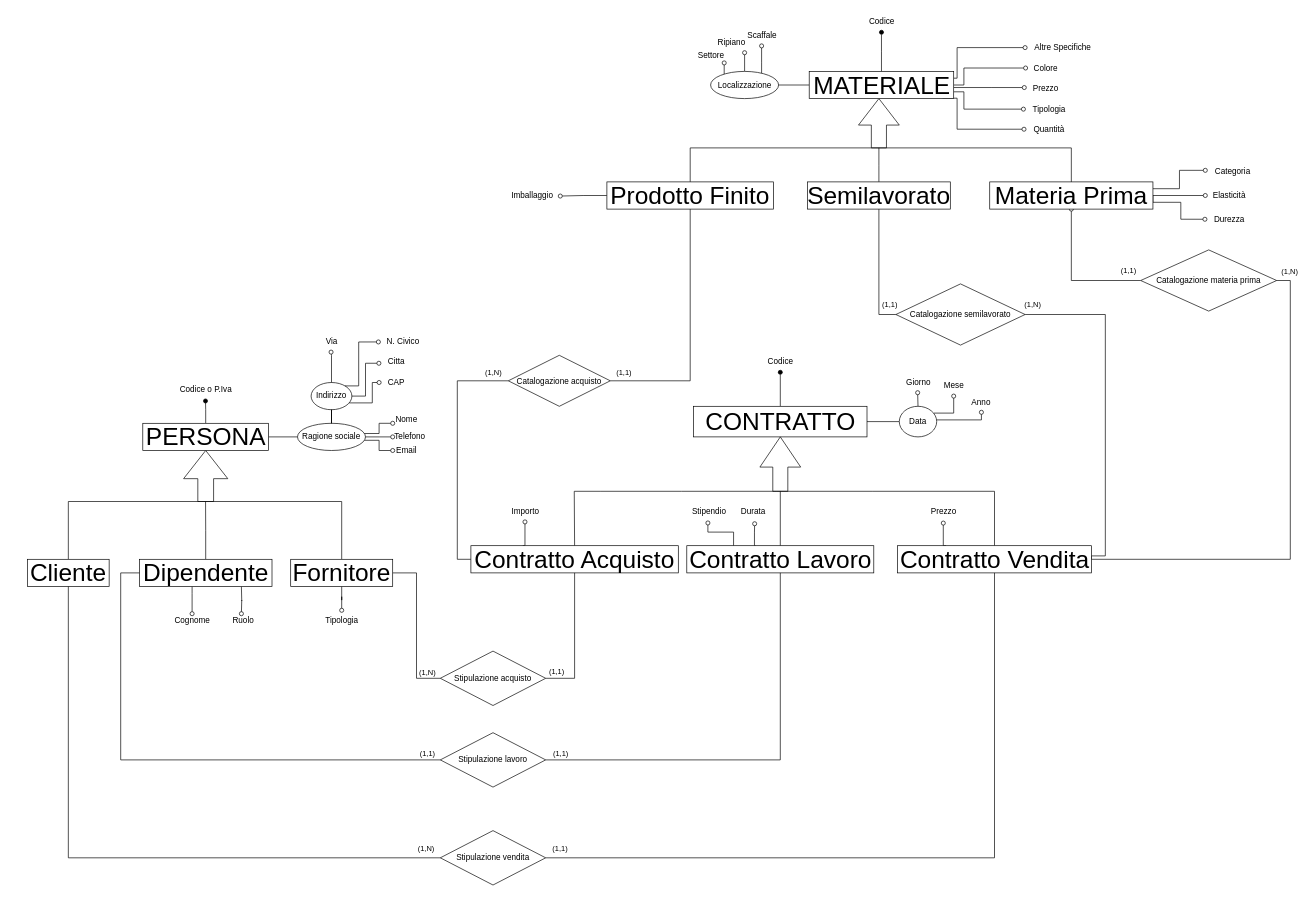
The draw.io diagram 2)Progettazione concettuale/SCHELETRI .DRAWIO/MODELLO ER COMPLETO.drawio in mikecostanzi/ProgettoBasiDati, before the edit. Source tidied: cells renumbered, new cells numbered last; positions are measured from the earlier drawing's top-left corner, leaving out a move shared by most shapes. Both pictures are drawn from the tidied source at 68%, with x=0, y=0 at pixel (27, 12).
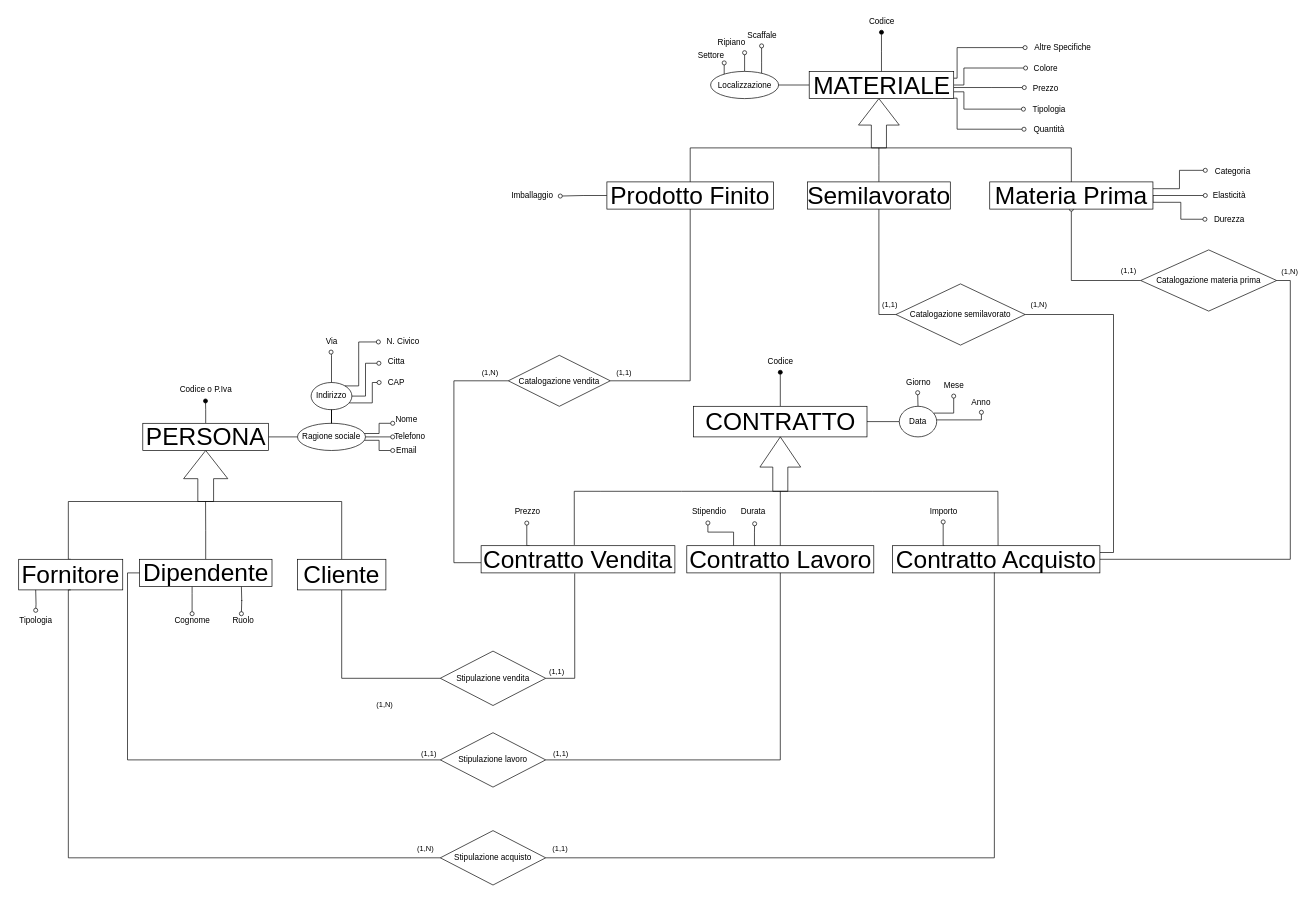
The same diagram, later.

Commit message (it also covers changes not shown here):
Corretto lo schema ER

The change refers to these unchanged cells:
```xml
<mxCell id="11" value="Dipendente" style="whiteSpace=wrap;html=1;align=center;fontSize=36;" parent="1" vertex="1">
  <mxGeometry x="164.5" y="805" width="195" height="40" as="geometry" />
</mxCell>
<mxCell id="75" value="Stipulazione lavoro" style="shape=rhombus;perimeter=rhombusPerimeter;whiteSpace=wrap;html=1;align=center;" parent="1" vertex="1">
  <mxGeometry x="607" y="1060" width="155" height="80" as="geometry" />
</mxCell>
<mxCell id="88" value="Catalogazione semilavorato" style="shape=rhombus;perimeter=rhombusPerimeter;whiteSpace=wrap;html=1;align=center;" parent="1" vertex="1">
  <mxGeometry x="1277" y="400" width="190" height="90" as="geometry" />
</mxCell>
<mxCell id="91" value="Catalogazione materia prima" style="shape=rhombus;perimeter=rhombusPerimeter;whiteSpace=wrap;html=1;align=center;" parent="1" vertex="1">
  <mxGeometry x="1637" y="350" width="200" height="90" as="geometry" />
</mxCell>
```

What changed in the source:
```diff
@@
-    <mxCell id="7" value="Cliente" style="whiteSpace=wrap;html=1;align=center;fontSize=36;" parent="1" vertex="1">
-      <mxGeometry y="805" width="120" height="40" as="geometry" />
+    <mxCell id="7" value="Fornitore" style="whiteSpace=wrap;html=1;align=center;fontSize=36;" parent="1" vertex="1">
+      <mxGeometry x="-13" y="805" width="153" height="45" as="geometry" />
     </mxCell>
@@
-    <mxCell id="12" style="edgeStyle=orthogonalEdgeStyle;rounded=0;jettySize=auto;html=1;endArrow=oval;endFill=0;" parent="1" edge="1" source="15" target="34">
-      <mxGeometry relative="1" as="geometry" />
+    <mxCell id="12" style="edgeStyle=orthogonalEdgeStyle;rounded=0;jettySize=auto;html=1;endArrow=oval;endFill=0;" parent="1" edge="1" target="34">
+      <mxGeometry relative="1" as="geometry">
+        <mxPoint x="12" y="850" as="sourcePoint" />
+      </mxGeometry>
     </mxCell>
-    <mxCell id="13" style="edgeStyle=orthogonalEdgeStyle;rounded=0;jettySize=auto;html=1;exitX=1;exitY=0.5;exitDx=0;exitDy=0;entryX=0;entryY=0.5;entryDx=0;entryDy=0;endArrow=none;endFill=0;" parent="1" edge="1" source="15" target="72">
-      <mxGeometry relative="1" as="geometry" />
+    <mxCell id="13" style="edgeStyle=orthogonalEdgeStyle;rounded=0;jettySize=auto;html=1;exitX=0.5;exitY=1;exitDx=0;exitDy=0;entryX=0;entryY=0.5;entryDx=0;entryDy=0;endArrow=none;endFill=0;" parent="1" edge="1" source="15" target="72">
+      <mxGeometry relative="1" as="geometry">
+        <Array as="points">
+          <mxPoint x="462" y="980" />
+        </Array>
+      </mxGeometry>
     </mxCell>
@@
-    <mxCell id="15" value="Fornitore" style="whiteSpace=wrap;html=1;align=center;fontSize=36;" parent="1" vertex="1">
-      <mxGeometry x="387" y="805" width="150" height="40" as="geometry" />
+    <mxCell id="15" value="Cliente" style="whiteSpace=wrap;html=1;align=center;fontSize=36;" parent="1" vertex="1">
+      <mxGeometry x="397" y="805" width="130" height="45" as="geometry" />
     </mxCell>
@@
     <mxCell id="34" value="Tipologia" style="text;html=1;align=center;verticalAlign=middle;points=[];strokeColor=none;fillColor=none;" parent="1" vertex="1">
-      <mxGeometry x="427" y="880" width="70" height="30" as="geometry" />
+      <mxGeometry x="-23" y="880" width="70" height="30" as="geometry" />
     </mxCell>
@@
-    <mxCell id="42" style="endArrow=none;html=1;rounded=0;fontSize=36;exitX=0.5;exitY=0;exitDx=0;exitDy=0;" parent="1" edge="1" source="48">
+    <mxCell id="42" style="endArrow=none;html=1;rounded=0;fontSize=36;exitX=0.481;exitY=-0.028;exitDx=0;exitDy=0;exitPerimeter=0;" parent="1" edge="1" source="54">
       <mxGeometry relative="1" as="geometry">
         <mxPoint x="962" y="705" as="targetPoint" />
         <Array as="points">
           <mxPoint x="804" y="705" />
           <mxPoint x="842" y="705" />
         </Array>
       </mxGeometry>
     </mxCell>
@@
-    <mxCell id="44" style="endArrow=none;html=1;rounded=0;fontSize=36;exitX=0.5;exitY=0;exitDx=0;exitDy=0;" parent="1" edge="1" source="54">
+    <mxCell id="44" style="endArrow=none;html=1;rounded=0;fontSize=36;exitX=0.509;exitY=-0.005;exitDx=0;exitDy=0;exitPerimeter=0;" parent="1" edge="1" source="48">
       <mxGeometry relative="1" as="geometry">
         <mxPoint x="1242" y="705" as="targetPoint" />
         <Array as="points">
-          <mxPoint x="1422" y="705" />
+          <mxPoint x="1427" y="705" />
         </Array>
       </mxGeometry>
     </mxCell>
@@
-    <mxCell id="46" style="edgeStyle=orthogonalEdgeStyle;rounded=0;jettySize=auto;html=1;entryX=0;entryY=0.5;entryDx=0;entryDy=0;endArrow=none;endFill=0;exitX=0;exitY=0.5;exitDx=0;exitDy=0;" parent="1" edge="1" source="48" target="85">
-      <mxGeometry relative="1" as="geometry" />
+    <mxCell id="46" style="edgeStyle=orthogonalEdgeStyle;rounded=0;jettySize=auto;html=1;entryX=0;entryY=0.5;entryDx=0;entryDy=0;endArrow=none;endFill=0;" parent="1" edge="1" source="54" target="85">
+      <mxGeometry relative="1" as="geometry">
+        <Array as="points">
+          <mxPoint x="627" y="810" />
+          <mxPoint x="627" y="543" />
+        </Array>
+      </mxGeometry>
     </mxCell>
@@
+    <mxCell id="127" style="edgeStyle=orthogonalEdgeStyle;rounded=0;jettySize=auto;html=1;exitX=1;exitY=0.25;exitDx=0;exitDy=0;entryX=1;entryY=0.5;entryDx=0;entryDy=0;endArrow=none;endFill=0;" parent="1" edge="1" source="48" target="88">
+      <mxGeometry relative="1" as="geometry" />
+    </mxCell>
+    <mxCell id="51" value="(1,N)" style="edgeLabel;html=1;align=center;verticalAlign=middle;" parent="127" vertex="1">
+      <mxGeometry x="0.86" y="-2" relative="1" as="geometry">
+        <mxPoint x="-16" y="-13" as="offset" />
+      </mxGeometry>
+    </mxCell>
     <mxCell id="48" value="Contratto Acquisto" style="whiteSpace=wrap;html=1;align=center;fontSize=36;" parent="1" vertex="1">
-      <mxGeometry x="652" y="785" width="305" height="40" as="geometry" />
+      <mxGeometry x="1272" y="785" width="305" height="40" as="geometry" />
     </mxCell>
@@
-    <mxCell id="50" style="edgeStyle=orthogonalEdgeStyle;rounded=0;jettySize=auto;html=1;entryX=1;entryY=0.5;entryDx=0;entryDy=0;endArrow=none;endFill=0;exitX=1;exitY=0.5;exitDx=0;exitDy=0;" parent="1" edge="1" source="54" target="88">
-      <mxGeometry relative="1" as="geometry">
-        <Array as="points">
-          <mxPoint x="1565" y="800" />
-          <mxPoint x="1585" y="800" />
-          <mxPoint x="1585" y="445" />
-        </Array>
-      </mxGeometry>
-    </mxCell>
-    <mxCell id="51" value="(1,N)" style="edgeLabel;html=1;align=center;verticalAlign=middle;" parent="50" vertex="1">
-      <mxGeometry x="0.91" y="-2" relative="1" as="geometry">
-        <mxPoint x="-12" y="-13" as="offset" />
-      </mxGeometry>
-    </mxCell>
-    <mxCell id="52" style="edgeStyle=orthogonalEdgeStyle;rounded=0;jettySize=auto;html=1;entryX=1;entryY=0.5;entryDx=0;entryDy=0;endArrow=none;endFill=0;" parent="1" edge="1" source="54" target="91">
+    <mxCell id="52" style="edgeStyle=orthogonalEdgeStyle;rounded=0;jettySize=auto;html=1;entryX=1;entryY=0.5;entryDx=0;entryDy=0;endArrow=none;endFill=0;exitX=1;exitY=0.5;exitDx=0;exitDy=0;" parent="1" edge="1" source="48" target="91">
       <mxGeometry relative="1" as="geometry" />
     </mxCell>
@@
     <mxCell id="54" value="Contratto Vendita" style="whiteSpace=wrap;html=1;align=center;fontSize=36;" parent="1" vertex="1">
-      <mxGeometry x="1279.5" y="785" width="285" height="40" as="geometry" />
+      <mxGeometry x="667" y="785" width="285" height="40" as="geometry" />
     </mxCell>
@@
     <mxCell id="67" value="Importo" style="text;html=1;align=center;verticalAlign=middle;points=[];strokeColor=none;fillColor=none;" parent="1" vertex="1">
-      <mxGeometry x="702" y="720" width="60" height="30" as="geometry" />
+      <mxGeometry x="1317" y="720" width="60" height="30" as="geometry" />
     </mxCell>
@@
     <mxCell id="69" value="Prezzo" style="text;html=1;align=center;verticalAlign=middle;points=[];strokeColor=none;fillColor=none;" parent="1" vertex="1">
-      <mxGeometry x="1317" y="720" width="60" height="30" as="geometry" />
+      <mxGeometry x="704.5" y="720" width="60" height="30" as="geometry" />
     </mxCell>
-    <mxCell id="70" style="edgeStyle=orthogonalEdgeStyle;rounded=0;jettySize=auto;html=1;entryX=0.5;entryY=1;entryDx=0;entryDy=0;exitX=1;exitY=0.5;exitDx=0;exitDy=0;endArrow=none;endFill=0;" parent="1" edge="1" source="72" target="48">
+    <mxCell id="70" style="edgeStyle=orthogonalEdgeStyle;rounded=0;jettySize=auto;html=1;exitX=1;exitY=0.5;exitDx=0;exitDy=0;endArrow=none;endFill=0;entryX=0.483;entryY=1.018;entryDx=0;entryDy=0;entryPerimeter=0;" parent="1" edge="1" source="72" target="54">
       <mxGeometry relative="1" as="geometry" />
     </mxCell>
@@
-    <mxCell id="72" value="Stipulazione acquisto" style="shape=rhombus;perimeter=rhombusPerimeter;whiteSpace=wrap;html=1;align=center;" parent="1" vertex="1">
+    <mxCell id="72" value="Stipulazione vendita" style="shape=rhombus;perimeter=rhombusPerimeter;whiteSpace=wrap;html=1;align=center;" parent="1" vertex="1">
       <mxGeometry x="607" y="940" width="155" height="80" as="geometry" />
     </mxCell>
@@
     <mxCell id="76" style="edgeStyle=orthogonalEdgeStyle;rounded=0;jettySize=auto;html=1;entryX=0;entryY=0.5;entryDx=0;entryDy=0;endArrow=none;endFill=0;exitX=0;exitY=0.5;exitDx=0;exitDy=0;" parent="1" edge="1" source="11" target="75">
       <mxGeometry relative="1" as="geometry">
         <Array as="points">
-          <mxPoint x="137" y="825" />
-          <mxPoint x="137" y="1100" />
+          <mxPoint x="147" y="825" />
+          <mxPoint x="147" y="1100" />
         </Array>
       </mxGeometry>
     </mxCell>
@@
-    <mxCell id="78" style="edgeStyle=orthogonalEdgeStyle;rounded=0;jettySize=auto;html=1;entryX=0.5;entryY=1;entryDx=0;entryDy=0;exitX=1;exitY=0.5;exitDx=0;exitDy=0;endArrow=none;endFill=0;" parent="1" edge="1" source="80" target="54">
+    <mxCell id="78" style="edgeStyle=orthogonalEdgeStyle;rounded=0;jettySize=auto;html=1;exitX=1;exitY=0.5;exitDx=0;exitDy=0;endArrow=none;endFill=0;entryX=0.491;entryY=0.983;entryDx=0;entryDy=0;entryPerimeter=0;" parent="1" edge="1" source="80" target="48">
       <mxGeometry relative="1" as="geometry">
         <Array as="points">
           <mxPoint x="1422" y="1244" />
         </Array>
       </mxGeometry>
     </mxCell>
@@
-    <mxCell id="80" value="Stipulazione vendita" style="shape=rhombus;perimeter=rhombusPerimeter;whiteSpace=wrap;html=1;align=center;" parent="1" vertex="1">
+    <mxCell id="80" value="Stipulazione acquisto" style="shape=rhombus;perimeter=rhombusPerimeter;whiteSpace=wrap;html=1;align=center;" parent="1" vertex="1">
       <mxGeometry x="607" y="1204" width="155" height="80" as="geometry" />
     </mxCell>
@@
-    <mxCell id="85" value="Catalogazione acquisto" style="shape=rhombus;perimeter=rhombusPerimeter;whiteSpace=wrap;html=1;align=center;" parent="1" vertex="1">
+    <mxCell id="85" value="Catalogazione vendita" style="shape=rhombus;perimeter=rhombusPerimeter;whiteSpace=wrap;html=1;align=center;" parent="1" vertex="1">
       <mxGeometry x="707" y="505" width="150" height="75" as="geometry" />
     </mxCell>
```
